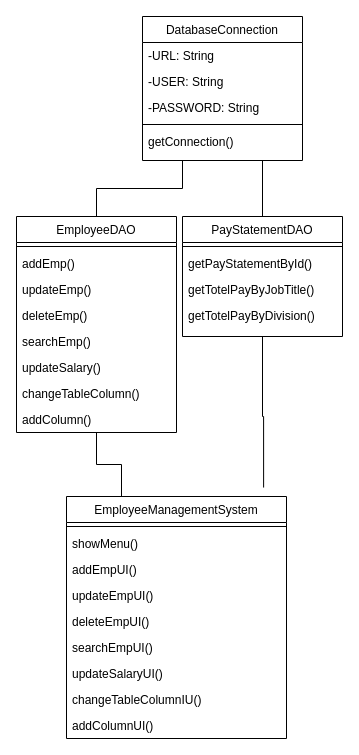
Earlier version of the draw.io diagram Diagram/classDiagram2.drawio (linnypham/CSC3350_project). Source tidied: cells renumbered, new cells numbered last; positions are measured from the earlier drawing's top-left corner, leaving out a move shared by most shapes. Both pictures are drawn from the tidied source at 100%, with x=0, y=0 at pixel (16, 16).
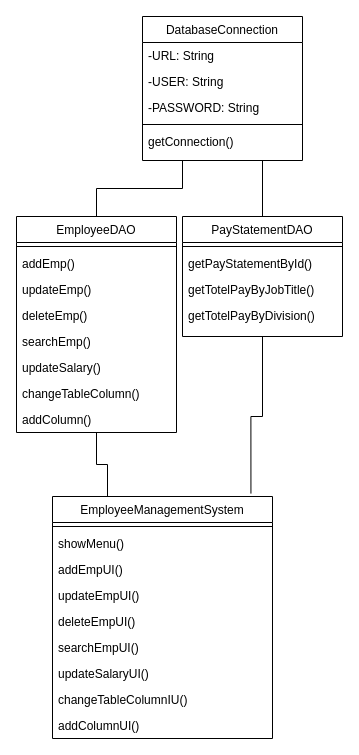
Above is the later version.

Unchanged cells that the change refers to:
```xml
<mxCell id="15" value="PayStatementDAO" style="swimlane;fontStyle=0;align=center;verticalAlign=top;horizontal=1;startSize=26;rounded=0;shadow=0;strokeWidth=1;" parent="1" vertex="1">
  <mxGeometry x="166" y="200" width="160" height="120" as="geometry" />
</mxCell>
```

Diff of the diagram source:
```diff
@@
-    <mxCell id="13" style="edgeStyle=orthogonalEdgeStyle;rounded=0;jettySize=auto;html=1;endArrow=none;endFill=0;entryX=0.896;entryY=-0.037;entryDx=0;entryDy=0;entryPerimeter=0;" parent="1" edge="1" source="15" target="20">
+    <mxCell id="13" style="edgeStyle=orthogonalEdgeStyle;rounded=0;jettySize=auto;html=1;endArrow=none;endFill=0;entryX=0.902;entryY=-0.012;entryDx=0;entryDy=0;entryPerimeter=0;" parent="1" edge="1" source="15" target="20">
       <mxGeometry relative="1" as="geometry" />
     </mxCell>
@@
     <mxCell id="20" value="EmployeeManagementSystem" style="swimlane;fontStyle=0;align=center;verticalAlign=top;horizontal=1;startSize=26;rounded=0;shadow=0;strokeWidth=1;" parent="1" vertex="1">
-      <mxGeometry x="50" y="480" width="220" height="242" as="geometry" />
+      <mxGeometry x="36" y="480" width="220" height="242" as="geometry" />
     </mxCell>
```
